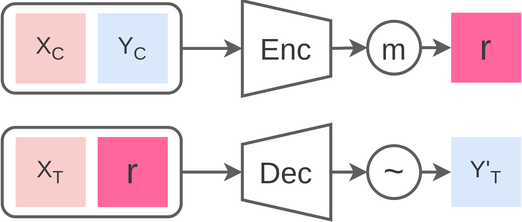
Above: neural_process/CNPs.png in toonnyy8/PPT (draw.io), before the change. Source tidied: cells renumbered, new cells last; positions are measured from the earlier drawing's top-left corner, leaving out a move shared by most shapes.
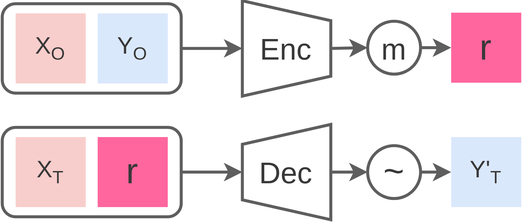
The same diagram one commit later.

The edit, as a diff of the source:
```diff
@@ -56,10 +56,10 @@
     <mxCell id="19" style="group;fontSize=16;fontColor=#383838;fillColor=none;" parent="1" vertex="1">
       <mxGeometry x="9" y="8.5" width="102" height="47" as="geometry" />
     </mxCell>
-    <mxCell id="20" value="X&lt;sub&gt;&lt;font style=&quot;font-size: 12px&quot;&gt;C&lt;/font&gt;&lt;/sub&gt;" style="whiteSpace=wrap;html=1;strokeColor=none;strokeWidth=2;fillColor=#f8cecc;fontSize=16;fontColor=#383838;" parent="19" vertex="1">
+    <mxCell id="20" value="X&lt;sub&gt;&lt;font style=&quot;font-size: 12px&quot;&gt;O&lt;/font&gt;&lt;/sub&gt;" style="whiteSpace=wrap;html=1;strokeColor=none;strokeWidth=2;fillColor=#f8cecc;fontSize=16;fontColor=#383838;" parent="19" vertex="1">
       <mxGeometry width="47" height="47" as="geometry" />
     </mxCell>
-    <mxCell id="21" value="Y&lt;sub&gt;&lt;font style=&quot;font-size: 12px&quot;&gt;C&lt;/font&gt;&lt;/sub&gt;" style="whiteSpace=wrap;html=1;strokeColor=none;strokeWidth=2;fillColor=#dae8fc;fontSize=16;fontColor=#383838;" parent="19" vertex="1">
+    <mxCell id="21" value="Y&lt;sub&gt;&lt;font style=&quot;font-size: 12px&quot;&gt;O&lt;/font&gt;&lt;/sub&gt;" style="whiteSpace=wrap;html=1;strokeColor=none;strokeWidth=2;fillColor=#dae8fc;fontSize=16;fontColor=#383838;" parent="19" vertex="1">
       <mxGeometry x="55" width="47" height="47" as="geometry" />
     </mxCell>
     <mxCell id="22" style="rounded=0;jettySize=auto;html=1;exitX=1;exitY=0.5;exitDx=0;exitDy=0;entryX=0.5;entryY=1;entryDx=0;entryDy=0;fontSize=22;fontColor=#383838;strokeColor=#5E5E5E;strokeWidth=2;" parent="1" edge="1" source="18" target="6">
```
